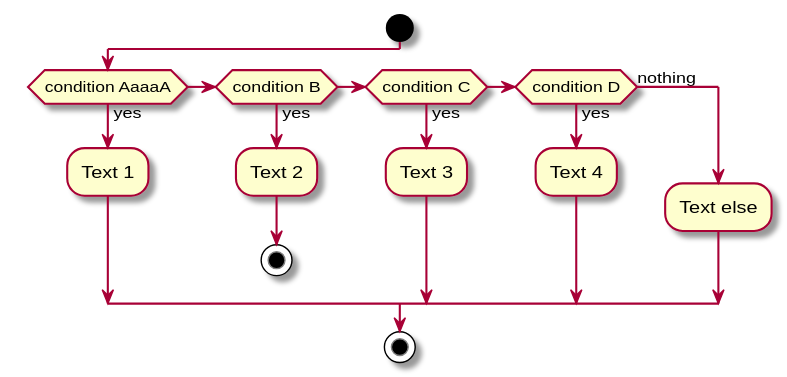
Earlier version of the PlantUML export activity-diagram.svg (mawatari/example-project-uml). Source of this version:
```plantuml
@startuml
start
if (condition AaaaA) then (yes)
  :Text 1;
elseif (condition B) then (yes)
  :Text 2;
  stop
elseif (condition C) then (yes)
  :Text 3;
elseif (condition D) then (yes)
  :Text 4;
else (nothing)
  :Text else;
endif
stop
@enduml
```
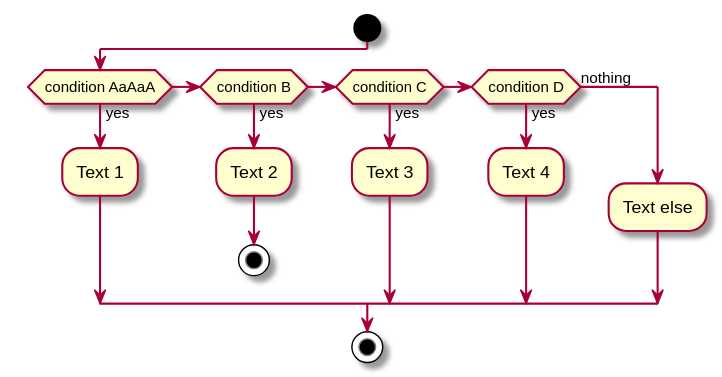
Later version of the same file.

The edit, as a diff of the source:
```diff
@@ -1,6 +1,7 @@
 @startuml
+
 start
-if (condition AaaaA) then (yes)
+if (condition AaAaA) then (yes)
   :Text 1;
 elseif (condition B) then (yes)
   :Text 2;
```
